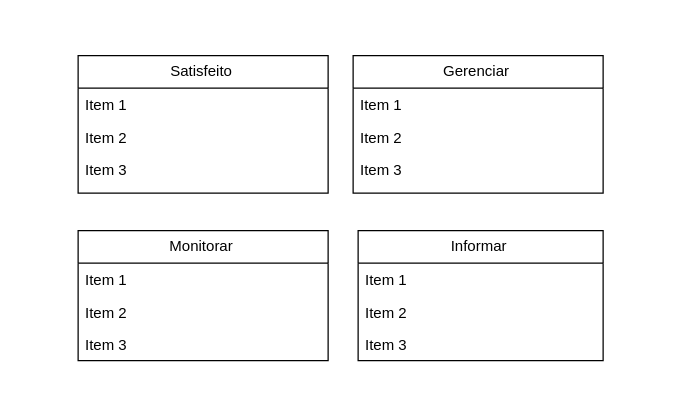
EllenNKulka/exerc-ciosCasoDeUso keeps this draw.io diagram as stakeholders.drawio. Above is the earlier version. Source tidied: cells renumbered, new cells numbered last; positions are measured from the earlier drawing's top-left corner, leaving out a move shared by most shapes. Both pictures are drawn from the tidied source at 125%, with x=0, y=0 at pixel (78, 55).
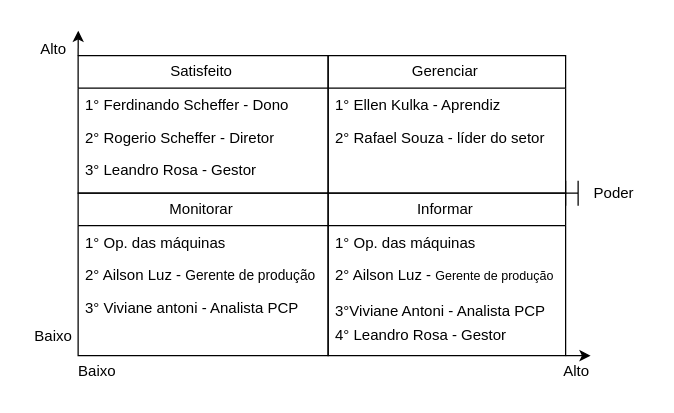
The same page after the edit.

The change refers to these unchanged cells:
```xml
<mxCell id="2" value="Satisfeito&amp;nbsp;" style="swimlane;fontStyle=0;horizontal=1;startSize=26;fillColor=none;html=1;" parent="1" vertex="1">
  <mxGeometry width="200" height="110" as="geometry" />
</mxCell>
```

What changed in the source:
```diff
@@
+    <mxCell id="18" style="edgeStyle=orthogonalEdgeStyle;rounded=0;jettySize=auto;html=1;exitX=0;exitY=0;exitDx=0;exitDy=0;" parent="1" edge="1" source="2">
+      <mxGeometry relative="1" as="geometry">
+        <mxPoint x="0.1" y="-20" as="targetPoint" />
+      </mxGeometry>
+    </mxCell>
@@
-    <mxCell id="3" value="Item 1" style="text;strokeColor=none;fillColor=none;align=left;verticalAlign=top;spacingLeft=4;spacingRight=4;overflow=hidden;whiteSpace=wrap;html=1;" parent="2" vertex="1">
+    <mxCell id="3" value="1° Ferdinando Scheffer - Dono" style="text;strokeColor=none;fillColor=none;align=left;verticalAlign=top;spacingLeft=4;spacingRight=4;overflow=hidden;whiteSpace=wrap;html=1;" parent="2" vertex="1">
       <mxGeometry y="26" width="200" height="26" as="geometry" />
     </mxCell>
-    <mxCell id="4" value="Item 2" style="text;strokeColor=none;fillColor=none;align=left;verticalAlign=top;spacingLeft=4;spacingRight=4;overflow=hidden;whiteSpace=wrap;html=1;" parent="2" vertex="1">
+    <mxCell id="4" value="2° Rogerio Scheffer - Diretor" style="text;strokeColor=none;fillColor=none;align=left;verticalAlign=top;spacingLeft=4;spacingRight=4;overflow=hidden;whiteSpace=wrap;html=1;" parent="2" vertex="1">
       <mxGeometry y="52" width="200" height="26" as="geometry" />
     </mxCell>
-    <mxCell id="5" value="Item 3" style="text;strokeColor=none;fillColor=none;align=left;verticalAlign=top;spacingLeft=4;spacingRight=4;overflow=hidden;whiteSpace=wrap;html=1;" parent="2" vertex="1">
+    <mxCell id="5" value="3° Leandro Rosa - Gestor&amp;nbsp;&amp;nbsp;" style="text;strokeColor=none;fillColor=none;align=left;verticalAlign=top;spacingLeft=4;spacingRight=4;overflow=hidden;whiteSpace=wrap;html=1;" parent="2" vertex="1">
       <mxGeometry y="78" width="200" height="32" as="geometry" />
     </mxCell>
     <mxCell id="6" value="Gerenciar&amp;nbsp;" style="swimlane;fontStyle=0;horizontal=1;startSize=26;fillColor=none;html=1;" parent="1" vertex="1">
-      <mxGeometry x="220" width="200" height="110" as="geometry" />
+      <mxGeometry x="200" width="190" height="110" as="geometry" />
     </mxCell>
-    <mxCell id="7" value="Item 1" style="text;strokeColor=none;fillColor=none;align=left;verticalAlign=top;spacingLeft=4;spacingRight=4;overflow=hidden;whiteSpace=wrap;html=1;" parent="6" vertex="1">
-      <mxGeometry y="26" width="200" height="26" as="geometry" />
+    <mxCell id="7" value="1° Ellen Kulka - Aprendiz&amp;nbsp;" style="text;strokeColor=none;fillColor=none;align=left;verticalAlign=top;spacingLeft=4;spacingRight=4;overflow=hidden;whiteSpace=wrap;html=1;" parent="6" vertex="1">
+      <mxGeometry y="26" width="190" height="26" as="geometry" />
     </mxCell>
-    <mxCell id="8" value="Item 2" style="text;strokeColor=none;fillColor=none;align=left;verticalAlign=top;spacingLeft=4;spacingRight=4;overflow=hidden;whiteSpace=wrap;html=1;" parent="6" vertex="1">
-      <mxGeometry y="52" width="200" height="26" as="geometry" />
+    <mxCell id="8" value="2° Rafael Souza - líder do setor&amp;nbsp;&amp;nbsp;" style="text;strokeColor=none;fillColor=none;align=left;verticalAlign=top;spacingLeft=4;spacingRight=4;overflow=hidden;whiteSpace=wrap;html=1;" parent="6" vertex="1">
+      <mxGeometry y="52" width="190" height="58" as="geometry" />
     </mxCell>
-    <mxCell id="9" value="Item 3" style="text;strokeColor=none;fillColor=none;align=left;verticalAlign=top;spacingLeft=4;spacingRight=4;overflow=hidden;whiteSpace=wrap;html=1;" parent="6" vertex="1">
-      <mxGeometry y="78" width="200" height="32" as="geometry" />
-    </mxCell>
     <mxCell id="10" value="Monitorar&amp;nbsp;" style="swimlane;fontStyle=0;horizontal=1;startSize=26;fillColor=none;html=1;" parent="1" vertex="1">
-      <mxGeometry y="140" width="200" height="104" as="geometry" />
+      <mxGeometry y="110" width="200" height="130" as="geometry" />
     </mxCell>
-    <mxCell id="11" value="Item 1" style="text;strokeColor=none;fillColor=none;align=left;verticalAlign=top;spacingLeft=4;spacingRight=4;overflow=hidden;whiteSpace=wrap;html=1;" parent="10" vertex="1">
+    <mxCell id="11" value="1° Op. das máquinas&amp;nbsp;" style="text;strokeColor=none;fillColor=none;align=left;verticalAlign=top;spacingLeft=4;spacingRight=4;overflow=hidden;whiteSpace=wrap;html=1;" parent="10" vertex="1">
       <mxGeometry y="26" width="200" height="26" as="geometry" />
     </mxCell>
-    <mxCell id="12" value="Item 2" style="text;strokeColor=none;fillColor=none;align=left;verticalAlign=top;spacingLeft=4;spacingRight=4;overflow=hidden;whiteSpace=wrap;html=1;" parent="10" vertex="1">
+    <mxCell id="12" value="2° Ailson Luz - &lt;font style=&quot;font-size: 11px;&quot;&gt;Gerente de produção&lt;br&gt;&lt;br&gt;&amp;nbsp;&lt;/font&gt;" style="text;strokeColor=none;fillColor=none;align=left;verticalAlign=top;spacingLeft=4;spacingRight=4;overflow=hidden;whiteSpace=wrap;html=1;" parent="10" vertex="1">
       <mxGeometry y="52" width="200" height="26" as="geometry" />
     </mxCell>
-    <mxCell id="13" value="Item 3" style="text;strokeColor=none;fillColor=none;align=left;verticalAlign=top;spacingLeft=4;spacingRight=4;overflow=hidden;whiteSpace=wrap;html=1;" parent="10" vertex="1">
-      <mxGeometry y="78" width="200" height="26" as="geometry" />
+    <mxCell id="13" value="3° Viviane antoni - Analista PCP" style="text;strokeColor=none;fillColor=none;align=left;verticalAlign=top;spacingLeft=4;spacingRight=4;overflow=hidden;whiteSpace=wrap;html=1;" parent="10" vertex="1">
+      <mxGeometry y="78" width="200" height="52" as="geometry" />
     </mxCell>
+    <mxCell id="19" style="edgeStyle=orthogonalEdgeStyle;rounded=0;jettySize=auto;html=1;exitX=1;exitY=1;exitDx=0;exitDy=0;" parent="1" edge="1" source="14">
+      <mxGeometry relative="1" as="geometry">
+        <mxPoint x="410" y="240" as="targetPoint" />
+      </mxGeometry>
+    </mxCell>
     <mxCell id="14" value="Informar&amp;nbsp;" style="swimlane;fontStyle=0;horizontal=1;startSize=26;fillColor=none;html=1;" parent="1" vertex="1">
-      <mxGeometry x="224" y="140" width="196" height="104" as="geometry" />
+      <mxGeometry x="200" y="110" width="190" height="130" as="geometry" />
     </mxCell>
-    <mxCell id="15" value="Item 1" style="text;strokeColor=none;fillColor=none;align=left;verticalAlign=top;spacingLeft=4;spacingRight=4;overflow=hidden;whiteSpace=wrap;html=1;" parent="14" vertex="1">
-      <mxGeometry y="26" width="196" height="26" as="geometry" />
+    <mxCell id="15" value="1° Op. das máquinas&amp;nbsp;" style="text;strokeColor=none;fillColor=none;align=left;verticalAlign=top;spacingLeft=4;spacingRight=4;overflow=hidden;whiteSpace=wrap;html=1;" parent="14" vertex="1">
+      <mxGeometry y="26" width="190" height="26" as="geometry" />
     </mxCell>
-    <mxCell id="16" value="Item 2" style="text;strokeColor=none;fillColor=none;align=left;verticalAlign=top;spacingLeft=4;spacingRight=4;overflow=hidden;whiteSpace=wrap;html=1;" parent="14" vertex="1">
-      <mxGeometry y="52" width="196" height="26" as="geometry" />
+    <mxCell id="16" value="2° Ailson Luz - &lt;font style=&quot;font-size: 10px;&quot;&gt;Gerente de produção&lt;/font&gt;&lt;br&gt;&lt;br&gt;3°Viviane Antoni - Analista PCP" style="text;strokeColor=none;fillColor=none;align=left;verticalAlign=top;spacingLeft=4;spacingRight=4;overflow=hidden;whiteSpace=wrap;html=1;" parent="14" vertex="1">
+      <mxGeometry y="52" width="190" height="48" as="geometry" />
     </mxCell>
-    <mxCell id="17" value="Item 3" style="text;strokeColor=none;fillColor=none;align=left;verticalAlign=top;spacingLeft=4;spacingRight=4;overflow=hidden;whiteSpace=wrap;html=1;" parent="14" vertex="1">
-      <mxGeometry y="78" width="196" height="26" as="geometry" />
+    <mxCell id="17" value="4° Leandro Rosa - Gestor&amp;nbsp;&amp;nbsp;" style="text;strokeColor=none;fillColor=none;align=left;verticalAlign=top;spacingLeft=4;spacingRight=4;overflow=hidden;whiteSpace=wrap;html=1;" parent="14" vertex="1">
+      <mxGeometry y="100" width="190" height="30" as="geometry" />
     </mxCell>
+    <mxCell id="20" style="shape=crossbar;whiteSpace=wrap;html=1;rounded=1;" parent="1" vertex="1">
+      <mxGeometry x="390" y="100" width="10" height="20" as="geometry" />
+    </mxCell>
+    <mxCell id="21" value="Poder&amp;nbsp;" style="text;html=1;align=center;verticalAlign=middle;strokeColor=none;fillColor=none;" parent="1" vertex="1">
+      <mxGeometry x="400" y="95" width="60" height="30" as="geometry" />
+    </mxCell>
+    <mxCell id="22" value="Alto" style="text;html=1;align=center;verticalAlign=middle;strokeColor=none;fillColor=none;" parent="1" vertex="1">
+      <mxGeometry x="-40" y="-20" width="40" height="30" as="geometry" />
+    </mxCell>
+    <mxCell id="23" value="Alto&amp;nbsp;" style="text;html=1;align=center;verticalAlign=middle;strokeColor=none;fillColor=none;" parent="1" vertex="1">
+      <mxGeometry x="375" y="238" width="50" height="30" as="geometry" />
+    </mxCell>
+    <mxCell id="24" value="Baixo" style="text;html=1;align=center;verticalAlign=middle;strokeColor=none;fillColor=none;" parent="1" vertex="1">
+      <mxGeometry x="-10" y="238" width="50" height="30" as="geometry" />
+    </mxCell>
+    <mxCell id="25" value="Baixo" style="text;html=1;align=center;verticalAlign=middle;strokeColor=none;fillColor=none;" parent="1" vertex="1">
+      <mxGeometry x="-45" y="210" width="50" height="30" as="geometry" />
+    </mxCell>
```
